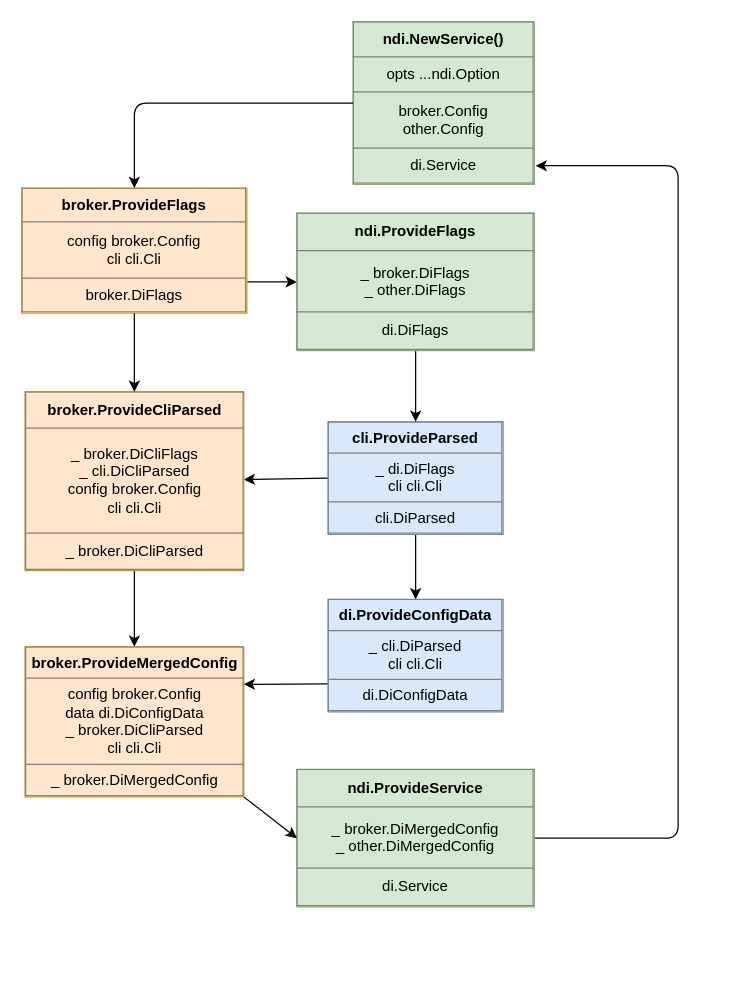
The draw.io diagram docs/wire/new_wire_di.dio in jochumdev/microwire, before the edit. Source tidied: cells renumbered, new cells numbered last; positions are measured from the earlier drawing's top-left corner, leaving out a move shared by most shapes. Both pictures are drawn from the tidied source at 125%, with x=0, y=0 at pixel (21, 21).
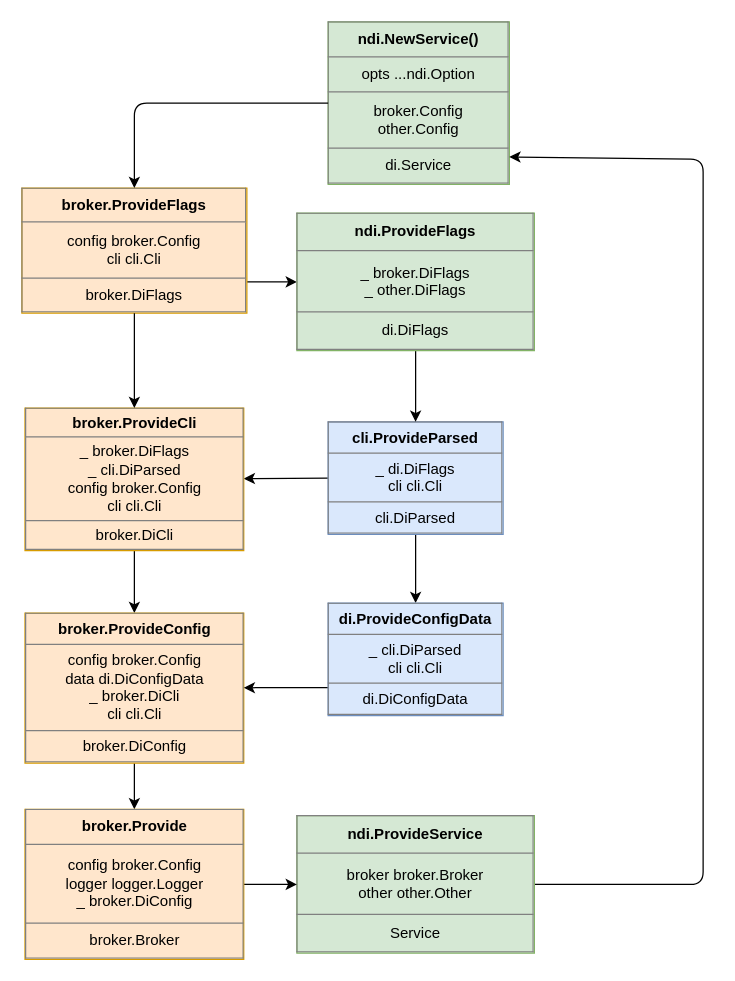
The same page after the edit.

Commit message (it also covers changes not shown here):
(docs): Update new_wire diagram

What changed in the source:
```diff
@@
     <mxCell id="2" value="&lt;table border=&quot;1&quot; width=&quot;100%&quot; height=&quot;100%&quot; cellpadding=&quot;4&quot; style=&quot;width: 100%; height: 100%; border-collapse: collapse;&quot;&gt;&lt;tbody&gt;&lt;tr&gt;&lt;th align=&quot;center&quot;&gt;&lt;b&gt;ndi.NewService()&lt;/b&gt;&lt;/th&gt;&lt;/tr&gt;&lt;tr&gt;&lt;td align=&quot;center&quot;&gt;opts ...ndi.Option&lt;/td&gt;&lt;/tr&gt;&lt;tr&gt;&lt;td align=&quot;center&quot;&gt;broker.Config&lt;br&gt;other.Config&lt;/td&gt;&lt;/tr&gt;&lt;tr&gt;&lt;td style=&quot;text-align: center;&quot;&gt;di.Service&lt;/td&gt;&lt;/tr&gt;&lt;/tbody&gt;&lt;/table&gt;" style="text;html=1;strokeColor=#82b366;fillColor=#d5e8d4;overflow=fill;" parent="1" vertex="1">
-      <mxGeometry x="265" width="145" height="130" as="geometry" />
+      <mxGeometry x="245" width="145" height="130" as="geometry" />
     </mxCell>
@@
-    <mxCell id="6" style="edgeStyle=none;html=1;exitX=1;exitY=0.5;exitDx=0;exitDy=0;entryX=1.007;entryY=0.885;entryDx=0;entryDy=0;entryPerimeter=0;" parent="1" edge="1" source="7" target="2">
+    <mxCell id="6" style="edgeStyle=none;html=1;entryX=1;entryY=0.831;entryDx=0;entryDy=0;entryPerimeter=0;" parent="1" edge="1" source="7" target="2">
       <mxGeometry relative="1" as="geometry">
         <Array as="points">
-          <mxPoint x="525" y="653" />
-          <mxPoint x="525" y="115" />
+          <mxPoint x="545" y="690" />
+          <mxPoint x="545" y="110" />
         </Array>
       </mxGeometry>
     </mxCell>
-    <mxCell id="7" value="&lt;table border=&quot;1&quot; width=&quot;100%&quot; height=&quot;100%&quot; cellpadding=&quot;4&quot; style=&quot;width: 100%; height: 100%; border-collapse: collapse;&quot;&gt;&lt;tbody&gt;&lt;tr&gt;&lt;th align=&quot;center&quot;&gt;ndi.ProvideService&lt;/th&gt;&lt;/tr&gt;&lt;tr&gt;&lt;td align=&quot;center&quot;&gt;_ broker.DiMergedConfig&lt;br&gt;_ other.DiMergedConfig&lt;br&gt;&lt;/td&gt;&lt;/tr&gt;&lt;tr&gt;&lt;td align=&quot;center&quot;&gt;di.Service&lt;br&gt;&lt;/td&gt;&lt;/tr&gt;&lt;/tbody&gt;&lt;/table&gt;" style="text;html=1;strokeColor=#82b366;fillColor=#d5e8d4;overflow=fill;" parent="1" vertex="1">
-      <mxGeometry x="220" y="598" width="190" height="110" as="geometry" />
+    <mxCell id="7" value="&lt;table border=&quot;1&quot; width=&quot;100%&quot; height=&quot;100%&quot; cellpadding=&quot;4&quot; style=&quot;width: 100%; height: 100%; border-collapse: collapse;&quot;&gt;&lt;tbody&gt;&lt;tr&gt;&lt;th align=&quot;center&quot;&gt;ndi.ProvideService&lt;/th&gt;&lt;/tr&gt;&lt;tr&gt;&lt;td align=&quot;center&quot;&gt;broker broker.Broker&lt;br&gt;other other.Other&lt;br&gt;&lt;/td&gt;&lt;/tr&gt;&lt;tr&gt;&lt;td align=&quot;center&quot;&gt;Service&lt;br&gt;&lt;/td&gt;&lt;/tr&gt;&lt;/tbody&gt;&lt;/table&gt;" style="text;html=1;strokeColor=#82b366;fillColor=#d5e8d4;overflow=fill;" parent="1" vertex="1">
+      <mxGeometry x="220" y="635" width="190" height="110" as="geometry" />
     </mxCell>
@@
-    <mxCell id="9" value="&lt;table border=&quot;1&quot; width=&quot;100%&quot; height=&quot;100%&quot; cellpadding=&quot;4&quot; style=&quot;width: 100%; height: 100%; border-collapse: collapse;&quot;&gt;&lt;tbody&gt;&lt;tr&gt;&lt;th align=&quot;center&quot;&gt;broker.ProvideCliParsed&lt;/th&gt;&lt;/tr&gt;&lt;tr&gt;&lt;td align=&quot;center&quot;&gt;_ broker.DiCliFlags&lt;br&gt;_ cli.DiCliParsed&lt;br&gt;config broker.Config&lt;br&gt;cli cli.Cli&lt;/td&gt;&lt;/tr&gt;&lt;tr&gt;&lt;td align=&quot;center&quot;&gt;_ broker.DiCliParsed&lt;br&gt;&lt;/td&gt;&lt;/tr&gt;&lt;/tbody&gt;&lt;/table&gt;" style="text;html=1;strokeColor=#d79b00;fillColor=#ffe6cc;overflow=fill;" parent="1" vertex="1">
-      <mxGeometry x="2.5" y="296" width="175" height="143" as="geometry" />
+    <mxCell id="9" value="&lt;table border=&quot;1&quot; width=&quot;100%&quot; height=&quot;100%&quot; cellpadding=&quot;4&quot; style=&quot;width: 100%; height: 100%; border-collapse: collapse;&quot;&gt;&lt;tbody&gt;&lt;tr&gt;&lt;th align=&quot;center&quot;&gt;broker.ProvideCli&lt;/th&gt;&lt;/tr&gt;&lt;tr&gt;&lt;td align=&quot;center&quot;&gt;_ broker.DiFlags&lt;br&gt;_ cli.DiParsed&lt;br&gt;config broker.Config&lt;br&gt;cli cli.Cli&lt;/td&gt;&lt;/tr&gt;&lt;tr&gt;&lt;td align=&quot;center&quot;&gt;broker.DiCli&lt;br&gt;&lt;/td&gt;&lt;/tr&gt;&lt;/tbody&gt;&lt;/table&gt;" style="text;html=1;strokeColor=#d79b00;fillColor=#ffe6cc;overflow=fill;" parent="1" vertex="1">
+      <mxGeometry x="2.5" y="309" width="175" height="114" as="geometry" />
     </mxCell>
@@
-    <mxCell id="14" style="edgeStyle=none;html=1;exitX=1;exitY=1;exitDx=0;exitDy=0;entryX=0;entryY=0.5;entryDx=0;entryDy=0;" parent="1" edge="1" source="15" target="7">
-      <mxGeometry relative="1" as="geometry" />
-    </mxCell>
+    <mxCell id="20" style="edgeStyle=none;html=1;entryX=0.5;entryY=0;entryDx=0;entryDy=0;" parent="1" edge="1" source="15" target="22">
+      <mxGeometry relative="1" as="geometry" />
+    </mxCell>
-    <mxCell id="15" value="&lt;table border=&quot;1&quot; width=&quot;100%&quot; height=&quot;100%&quot; cellpadding=&quot;4&quot; style=&quot;width: 100%; height: 100%; border-collapse: collapse;&quot;&gt;&lt;tbody&gt;&lt;tr&gt;&lt;th align=&quot;center&quot;&gt;broker.ProvideMergedConfig&lt;/th&gt;&lt;/tr&gt;&lt;tr&gt;&lt;td align=&quot;center&quot;&gt;config broker.Config&lt;br&gt;data di.DiConfigData&lt;br&gt;_ broker.DiCliParsed&lt;br&gt;cli cli.Cli&lt;/td&gt;&lt;/tr&gt;&lt;tr&gt;&lt;td align=&quot;center&quot;&gt;_ broker.DiMergedConfig&lt;br&gt;&lt;/td&gt;&lt;/tr&gt;&lt;/tbody&gt;&lt;/table&gt;" style="text;html=1;strokeColor=#d79b00;fillColor=#ffe6cc;overflow=fill;" parent="1" vertex="1">
-      <mxGeometry x="2.5" y="500" width="175" height="120" as="geometry" />
+    <mxCell id="15" value="&lt;table border=&quot;1&quot; width=&quot;100%&quot; height=&quot;100%&quot; cellpadding=&quot;4&quot; style=&quot;width: 100%; height: 100%; border-collapse: collapse;&quot;&gt;&lt;tbody&gt;&lt;tr&gt;&lt;th align=&quot;center&quot;&gt;broker.ProvideConfig&lt;/th&gt;&lt;/tr&gt;&lt;tr&gt;&lt;td align=&quot;center&quot;&gt;config broker.Config&lt;br&gt;data di.DiConfigData&lt;br&gt;_ broker.DiCli&lt;br&gt;cli cli.Cli&lt;/td&gt;&lt;/tr&gt;&lt;tr&gt;&lt;td align=&quot;center&quot;&gt;broker.DiConfig&lt;br&gt;&lt;/td&gt;&lt;/tr&gt;&lt;/tbody&gt;&lt;/table&gt;" style="text;html=1;strokeColor=#d79b00;fillColor=#ffe6cc;overflow=fill;" parent="1" vertex="1">
+      <mxGeometry x="2.5" y="473" width="175" height="120" as="geometry" />
     </mxCell>
@@
-    <mxCell id="17" style="edgeStyle=none;html=1;exitX=0;exitY=0.75;exitDx=0;exitDy=0;entryX=1;entryY=0.25;entryDx=0;entryDy=0;" parent="1" edge="1" source="18" target="15">
+    <mxCell id="17" style="edgeStyle=none;html=1;exitX=0;exitY=0.75;exitDx=0;exitDy=0;" parent="1" edge="1" source="18" target="15">
       <mxGeometry relative="1" as="geometry" />
     </mxCell>
     <mxCell id="18" value="&lt;table border=&quot;1&quot; width=&quot;100%&quot; height=&quot;100%&quot; cellpadding=&quot;4&quot; style=&quot;width: 100%; height: 100%; border-collapse: collapse;&quot;&gt;&lt;tbody&gt;&lt;tr&gt;&lt;th align=&quot;center&quot;&gt;di.ProvideConfigData&lt;/th&gt;&lt;/tr&gt;&lt;tr&gt;&lt;td align=&quot;center&quot;&gt;_ cli.DiParsed&lt;br&gt;cli cli.Cli&lt;br&gt;&lt;/td&gt;&lt;/tr&gt;&lt;tr&gt;&lt;td align=&quot;center&quot;&gt;di.DiConfigData&lt;/td&gt;&lt;/tr&gt;&lt;/tbody&gt;&lt;/table&gt;" style="text;html=1;strokeColor=#6c8ebf;fillColor=#dae8fc;overflow=fill;" parent="1" vertex="1">
-      <mxGeometry x="245" y="462" width="140" height="90" as="geometry" />
+      <mxGeometry x="245" y="465" width="140" height="90" as="geometry" />
     </mxCell>
@@
+    <mxCell id="21" style="edgeStyle=none;html=1;exitX=1;exitY=0.5;exitDx=0;exitDy=0;entryX=0;entryY=0.5;entryDx=0;entryDy=0;" parent="1" edge="1" source="22" target="7">
+      <mxGeometry relative="1" as="geometry" />
+    </mxCell>
+    <mxCell id="22" value="&lt;table border=&quot;1&quot; width=&quot;100%&quot; height=&quot;100%&quot; cellpadding=&quot;4&quot; style=&quot;width: 100%; height: 100%; border-collapse: collapse;&quot;&gt;&lt;tbody&gt;&lt;tr&gt;&lt;th align=&quot;center&quot;&gt;broker.Provide&lt;/th&gt;&lt;/tr&gt;&lt;tr&gt;&lt;td align=&quot;center&quot;&gt;config broker.Config&lt;br&gt;logger logger.Logger&lt;br&gt;_ broker.DiConfig&lt;br&gt;&lt;/td&gt;&lt;/tr&gt;&lt;tr&gt;&lt;td align=&quot;center&quot;&gt;broker.Broker&lt;br&gt;&lt;/td&gt;&lt;/tr&gt;&lt;/tbody&gt;&lt;/table&gt;" style="text;html=1;strokeColor=#d79b00;fillColor=#ffe6cc;overflow=fill;" parent="1" vertex="1">
+      <mxGeometry x="2.5" y="630" width="175" height="120" as="geometry" />
+    </mxCell>
```
